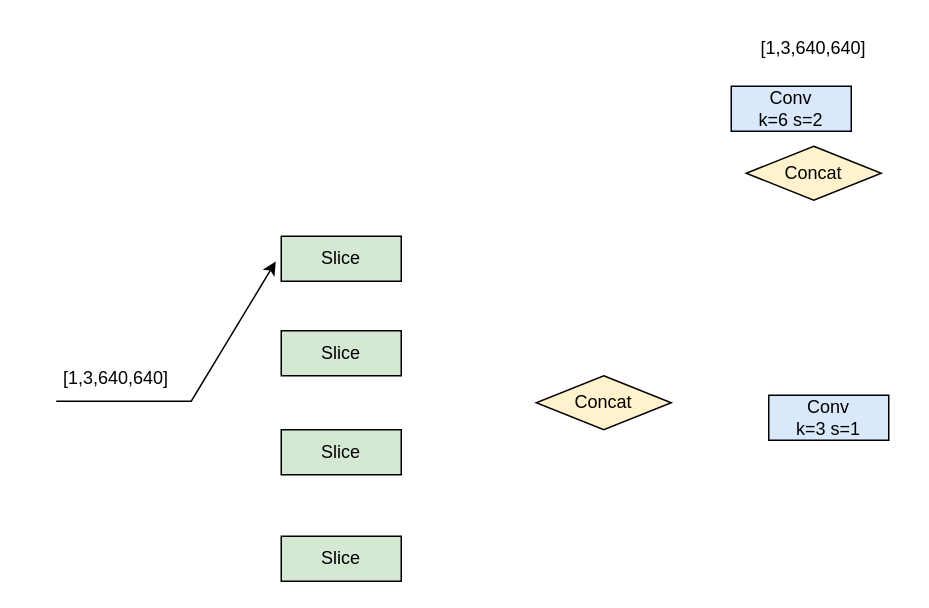
The draw.io diagram Draw.io/本科毕业设计/Focus.drawio in Arete-FFF/PicGo, before the edit. Source tidied: cells renumbered, new cells numbered last; positions are measured from the earlier drawing's top-left corner, leaving out a move shared by most shapes. Both pictures are drawn from the tidied source at 150%, with x=0, y=0 at pixel (26, 26).
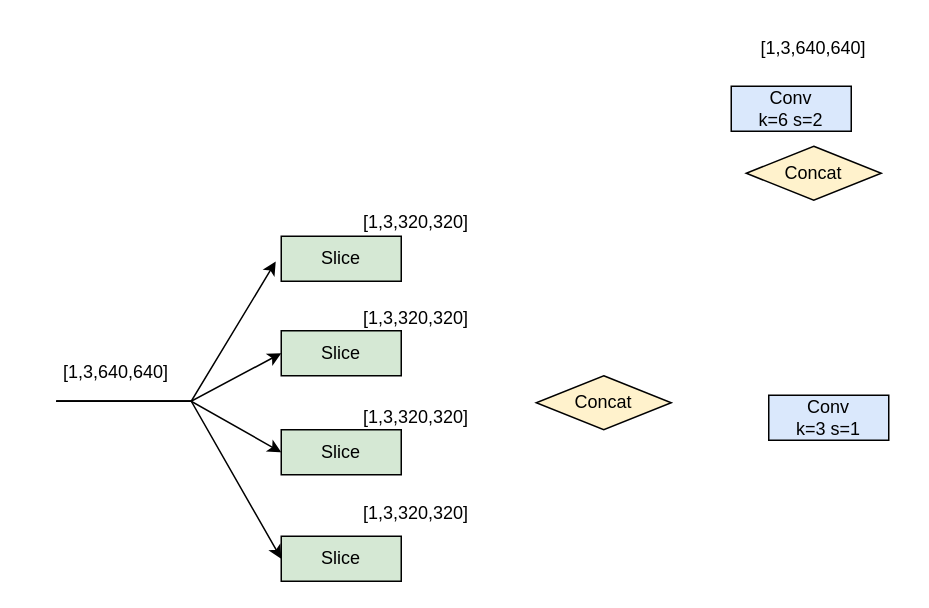
The same page after the edit.

The change refers to these unchanged cells:
```xml
<mxCell id="10" value="Slice" style="rounded=0;whiteSpace=wrap;html=1;fillColor=#d5e8d4;strokeColor=#000000;" parent="1" vertex="1">
  <mxGeometry x="170" y="203" width="80" height="30" as="geometry" />
</mxCell>
<mxCell id="11" value="Slice" style="rounded=0;whiteSpace=wrap;html=1;fillColor=#d5e8d4;strokeColor=#000000;" parent="1" vertex="1">
  <mxGeometry x="170" y="269" width="80" height="30" as="geometry" />
</mxCell>
<mxCell id="12" value="Slice" style="rounded=0;whiteSpace=wrap;html=1;fillColor=#d5e8d4;strokeColor=#000000;" parent="1" vertex="1">
  <mxGeometry x="170" y="340" width="80" height="30" as="geometry" />
</mxCell>
```

The edit, as a diff of the source:
```diff
@@
     <mxCell id="8" value="[1,3,640,640]" style="rounded=0;whiteSpace=wrap;html=1;fillColor=none;strokeColor=none;" parent="1" vertex="1">
-      <mxGeometry y="220" width="120" height="30" as="geometry" />
+      <mxGeometry y="216" width="120" height="30" as="geometry" />
     </mxCell>
@@
+    <mxCell id="13" style="endArrow=classic;html=1;rounded=0;entryX=0;entryY=0.5;entryDx=0;entryDy=0;" parent="1" edge="1" target="10">
+      <mxGeometry relative="1" as="geometry">
+        <mxPoint x="20" y="250" as="sourcePoint" />
+        <Array as="points">
+          <mxPoint x="110" y="250" />
+        </Array>
+      </mxGeometry>
+    </mxCell>
+    <mxCell id="14" style="endArrow=classic;html=1;rounded=0;entryX=0;entryY=0.5;entryDx=0;entryDy=0;" parent="1" edge="1" target="12">
+      <mxGeometry relative="1" as="geometry">
+        <mxPoint x="20" y="250" as="sourcePoint" />
+        <Array as="points">
+          <mxPoint x="110" y="250" />
+        </Array>
+      </mxGeometry>
+    </mxCell>
+    <mxCell id="15" style="endArrow=classic;html=1;rounded=0;entryX=0;entryY=0.5;entryDx=0;entryDy=0;" parent="1" edge="1" target="11">
+      <mxGeometry relative="1" as="geometry">
+        <mxPoint x="20" y="250" as="sourcePoint" />
+        <Array as="points">
+          <mxPoint x="110" y="250" />
+        </Array>
+      </mxGeometry>
+    </mxCell>
+    <mxCell id="16" value="[1,3,320,320]" style="rounded=0;whiteSpace=wrap;html=1;fillColor=none;strokeColor=none;" parent="1" vertex="1">
+      <mxGeometry x="200" y="246" width="120" height="30" as="geometry" />
+    </mxCell>
+    <mxCell id="17" value="[1,3,320,320]" style="rounded=0;whiteSpace=wrap;html=1;fillColor=none;strokeColor=none;" parent="1" vertex="1">
+      <mxGeometry x="200" y="116" width="120" height="30" as="geometry" />
+    </mxCell>
+    <mxCell id="18" value="[1,3,320,320]" style="rounded=0;whiteSpace=wrap;html=1;fillColor=none;strokeColor=none;" parent="1" vertex="1">
+      <mxGeometry x="200" y="180" width="120" height="30" as="geometry" />
+    </mxCell>
+    <mxCell id="19" value="[1,3,320,320]" style="rounded=0;whiteSpace=wrap;html=1;fillColor=none;strokeColor=none;" parent="1" vertex="1">
+      <mxGeometry x="200" y="310" width="120" height="30" as="geometry" />
+    </mxCell>
```
